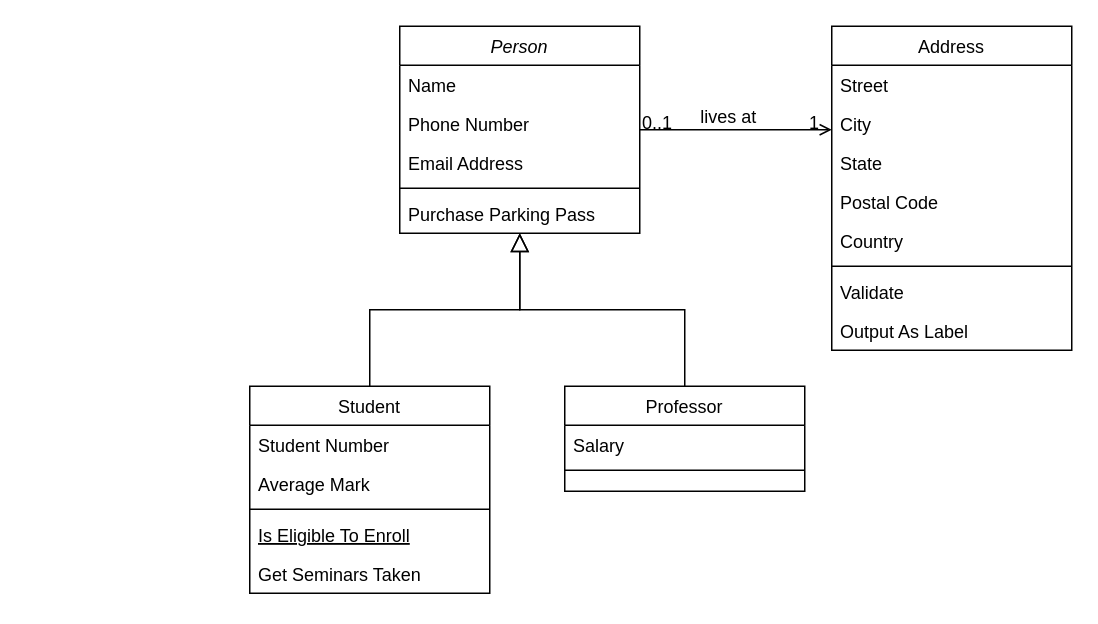
This is docs/class-diagram.drawio from deepracer-qxd/platform-backend, a draw.io file, before an edit. Source tidied: cells renumbered, new cells numbered last; positions are measured from the earlier drawing's top-left corner, leaving out a move shared by most shapes. Both pictures are drawn from the tidied source at 150%, with x=0, y=0 at pixel (249, 26).
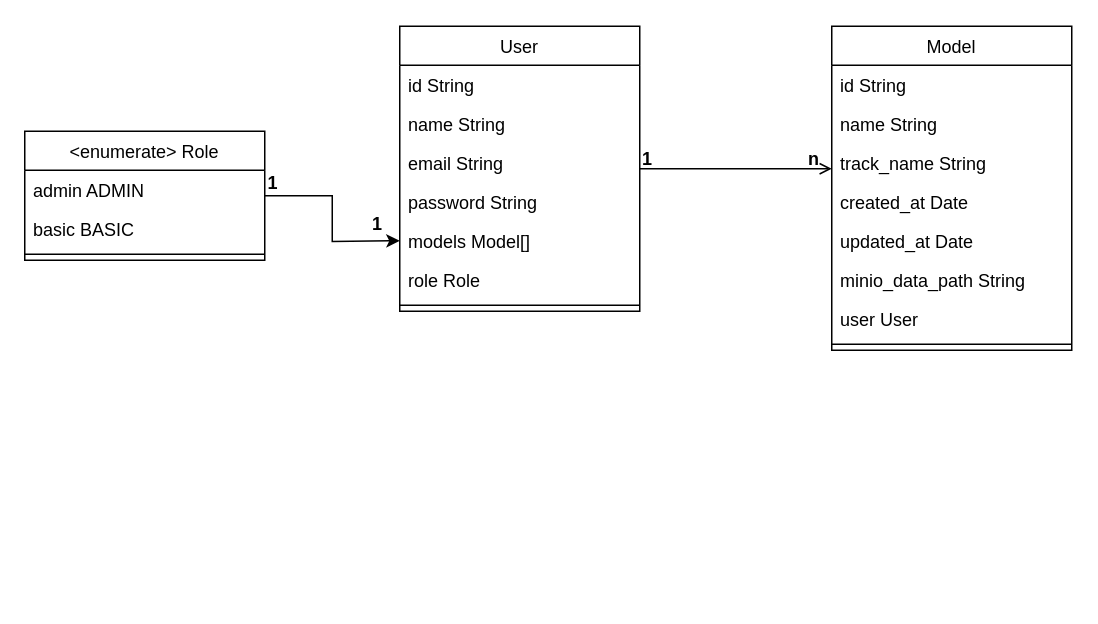
The same page after the edit.

The change refers to these unchanged cells:
```xml
<mxCell id="28" style="endArrow=open;shadow=0;strokeWidth=1;rounded=0;curved=0;endFill=1;edgeStyle=elbowEdgeStyle;elbow=vertical;" parent="1" edge="1" source="2" target="19">
  <mxGeometry x="0.5" y="41" relative="1" as="geometry">
    <mxPoint x="-40" y="32" as="offset" />
  </mxGeometry>
</mxCell>
```

Diff of the diagram source:
```diff
@@
-    <mxCell id="2" value="Person" style="swimlane;fontStyle=2;align=center;verticalAlign=top;horizontal=1;startSize=26;rounded=0;shadow=0;strokeWidth=1;" parent="1" vertex="1">
-      <mxGeometry x="100" width="160" height="138" as="geometry" />
+    <mxCell id="2" value="User" style="swimlane;fontStyle=0;align=center;verticalAlign=top;horizontal=1;startSize=26;rounded=0;shadow=0;strokeWidth=1;" parent="1" vertex="1">
+      <mxGeometry x="100" width="160" height="190" as="geometry" />
     </mxCell>
-    <mxCell id="3" value="Name" style="text;align=left;verticalAlign=top;spacingLeft=4;spacingRight=4;overflow=hidden;" parent="2" vertex="1">
+    <mxCell id="3" value="id String" style="text;align=left;verticalAlign=top;spacingLeft=4;spacingRight=4;overflow=hidden;" parent="2" vertex="1">
       <mxGeometry y="26" width="160" height="26" as="geometry" />
     </mxCell>
-    <mxCell id="4" value="Phone Number" style="text;align=left;verticalAlign=top;spacingLeft=4;spacingRight=4;overflow=hidden;rounded=0;shadow=0;html=0;" parent="2" vertex="1">
+    <mxCell id="4" value="name String" style="text;align=left;verticalAlign=top;spacingLeft=4;spacingRight=4;overflow=hidden;rounded=0;shadow=0;html=0;" parent="2" vertex="1">
       <mxGeometry y="52" width="160" height="26" as="geometry" />
     </mxCell>
-    <mxCell id="5" value="Email Address" style="text;align=left;verticalAlign=top;spacingLeft=4;spacingRight=4;overflow=hidden;rounded=0;shadow=0;html=0;" parent="2" vertex="1">
+    <mxCell id="5" value="email String" style="text;align=left;verticalAlign=top;spacingLeft=4;spacingRight=4;overflow=hidden;rounded=0;shadow=0;html=0;" parent="2" vertex="1">
       <mxGeometry y="78" width="160" height="26" as="geometry" />
     </mxCell>
+    <mxCell id="32" value="password String" style="text;align=left;verticalAlign=top;spacingLeft=4;spacingRight=4;overflow=hidden;rounded=0;shadow=0;html=0;" parent="2" vertex="1">
+      <mxGeometry y="104" width="160" height="26" as="geometry" />
+    </mxCell>
+    <mxCell id="33" value="models Model[]" style="text;align=left;verticalAlign=top;spacingLeft=4;spacingRight=4;overflow=hidden;rounded=0;shadow=0;html=0;" parent="2" vertex="1">
+      <mxGeometry y="130" width="160" height="26" as="geometry" />
+    </mxCell>
+    <mxCell id="34" value="role Role" style="text;align=left;verticalAlign=top;spacingLeft=4;spacingRight=4;overflow=hidden;rounded=0;shadow=0;html=0;" parent="2" vertex="1">
+      <mxGeometry y="156" width="160" height="26" as="geometry" />
+    </mxCell>
     <mxCell id="6" style="line;html=1;strokeWidth=1;align=left;verticalAlign=middle;spacingTop=-1;spacingLeft=3;spacingRight=3;labelPosition=right;" parent="2" vertex="1">
-      <mxGeometry y="104" width="160" height="8" as="geometry" />
+      <mxGeometry y="182" width="160" height="8" as="geometry" />
     </mxCell>
-    <mxCell id="7" value="Purchase Parking Pass" style="text;align=left;verticalAlign=top;spacingLeft=4;spacingRight=4;overflow=hidden;" parent="2" vertex="1">
-      <mxGeometry y="112" width="160" height="26" as="geometry" />
-    </mxCell>
-    <mxCell id="8" value="Student" style="swimlane;fontStyle=0;align=center;verticalAlign=top;horizontal=1;startSize=26;rounded=0;shadow=0;strokeWidth=1;" parent="1" vertex="1">
-      <mxGeometry y="240" width="160" height="138" as="geometry" />
-    </mxCell>
-    <mxCell id="9" value="Student Number" style="text;align=left;verticalAlign=top;spacingLeft=4;spacingRight=4;overflow=hidden;" parent="8" vertex="1">
-      <mxGeometry y="26" width="160" height="26" as="geometry" />
-    </mxCell>
-    <mxCell id="10" value="Average Mark" style="text;align=left;verticalAlign=top;spacingLeft=4;spacingRight=4;overflow=hidden;rounded=0;shadow=0;html=0;" parent="8" vertex="1">
-      <mxGeometry y="52" width="160" height="26" as="geometry" />
-    </mxCell>
-    <mxCell id="11" style="line;html=1;strokeWidth=1;align=left;verticalAlign=middle;spacingTop=-1;spacingLeft=3;spacingRight=3;labelPosition=right;" parent="8" vertex="1">
-      <mxGeometry y="78" width="160" height="8" as="geometry" />
-    </mxCell>
-    <mxCell id="12" value="Is Eligible To Enroll" style="text;align=left;verticalAlign=top;spacingLeft=4;spacingRight=4;overflow=hidden;fontStyle=4;" parent="8" vertex="1">
-      <mxGeometry y="86" width="160" height="26" as="geometry" />
-    </mxCell>
-    <mxCell id="13" value="Get Seminars Taken" style="text;align=left;verticalAlign=top;spacingLeft=4;spacingRight=4;overflow=hidden;" parent="8" vertex="1">
-      <mxGeometry y="112" width="160" height="26" as="geometry" />
-    </mxCell>
-    <mxCell id="14" style="endArrow=block;endSize=10;endFill=0;shadow=0;strokeWidth=1;rounded=0;curved=0;edgeStyle=elbowEdgeStyle;elbow=vertical;" parent="1" edge="1" source="8" target="2">
-      <mxGeometry relative="1" as="geometry" />
-    </mxCell>
-    <mxCell id="15" value="Professor" style="swimlane;fontStyle=0;align=center;verticalAlign=top;horizontal=1;startSize=26;rounded=0;shadow=0;strokeWidth=1;" parent="1" vertex="1">
-      <mxGeometry x="210" y="240" width="160" height="70" as="geometry" />
-    </mxCell>
-    <mxCell id="16" value="Salary" style="text;align=left;verticalAlign=top;spacingLeft=4;spacingRight=4;overflow=hidden;" parent="15" vertex="1">
-      <mxGeometry y="26" width="160" height="26" as="geometry" />
-    </mxCell>
-    <mxCell id="17" style="line;html=1;strokeWidth=1;align=left;verticalAlign=middle;spacingTop=-1;spacingLeft=3;spacingRight=3;labelPosition=right;" parent="15" vertex="1">
-      <mxGeometry y="52" width="160" height="8" as="geometry" />
-    </mxCell>
-    <mxCell id="18" style="endArrow=block;endSize=10;endFill=0;shadow=0;strokeWidth=1;rounded=0;curved=0;edgeStyle=elbowEdgeStyle;elbow=vertical;" parent="1" edge="1" source="15" target="2">
-      <mxGeometry relative="1" as="geometry" />
-    </mxCell>
-    <mxCell id="19" value="Address" style="swimlane;fontStyle=0;align=center;verticalAlign=top;horizontal=1;startSize=26;rounded=0;shadow=0;strokeWidth=1;" parent="1" vertex="1">
+    <mxCell id="19" value="Model" style="swimlane;fontStyle=0;align=center;verticalAlign=top;horizontal=1;startSize=26;rounded=0;shadow=0;strokeWidth=1;" parent="1" vertex="1">
       <mxGeometry x="388" width="160" height="216" as="geometry" />
     </mxCell>
-    <mxCell id="20" value="Street" style="text;align=left;verticalAlign=top;spacingLeft=4;spacingRight=4;overflow=hidden;" parent="19" vertex="1">
+    <mxCell id="20" value="id String" style="text;align=left;verticalAlign=top;spacingLeft=4;spacingRight=4;overflow=hidden;" parent="19" vertex="1">
       <mxGeometry y="26" width="160" height="26" as="geometry" />
     </mxCell>
-    <mxCell id="21" value="City" style="text;align=left;verticalAlign=top;spacingLeft=4;spacingRight=4;overflow=hidden;rounded=0;shadow=0;html=0;" parent="19" vertex="1">
+    <mxCell id="21" value="name String" style="text;align=left;verticalAlign=top;spacingLeft=4;spacingRight=4;overflow=hidden;rounded=0;shadow=0;html=0;" parent="19" vertex="1">
       <mxGeometry y="52" width="160" height="26" as="geometry" />
     </mxCell>
-    <mxCell id="22" value="State" style="text;align=left;verticalAlign=top;spacingLeft=4;spacingRight=4;overflow=hidden;rounded=0;shadow=0;html=0;" parent="19" vertex="1">
+    <mxCell id="22" value="track_name String" style="text;align=left;verticalAlign=top;spacingLeft=4;spacingRight=4;overflow=hidden;rounded=0;shadow=0;html=0;" parent="19" vertex="1">
       <mxGeometry y="78" width="160" height="26" as="geometry" />
     </mxCell>
-    <mxCell id="23" value="Postal Code" style="text;align=left;verticalAlign=top;spacingLeft=4;spacingRight=4;overflow=hidden;rounded=0;shadow=0;html=0;" parent="19" vertex="1">
+    <mxCell id="23" value="created_at Date" style="text;align=left;verticalAlign=top;spacingLeft=4;spacingRight=4;overflow=hidden;rounded=0;shadow=0;html=0;" parent="19" vertex="1">
       <mxGeometry y="104" width="160" height="26" as="geometry" />
     </mxCell>
-    <mxCell id="24" value="Country" style="text;align=left;verticalAlign=top;spacingLeft=4;spacingRight=4;overflow=hidden;rounded=0;shadow=0;html=0;" parent="19" vertex="1">
+    <mxCell id="24" value="updated_at Date" style="text;align=left;verticalAlign=top;spacingLeft=4;spacingRight=4;overflow=hidden;rounded=0;shadow=0;html=0;" parent="19" vertex="1">
       <mxGeometry y="130" width="160" height="26" as="geometry" />
     </mxCell>
+    <mxCell id="35" value="minio_data_path String" style="text;align=left;verticalAlign=top;spacingLeft=4;spacingRight=4;overflow=hidden;rounded=0;shadow=0;html=0;" parent="19" vertex="1">
+      <mxGeometry y="156" width="160" height="26" as="geometry" />
+    </mxCell>
+    <mxCell id="36" value="user User" style="text;align=left;verticalAlign=top;spacingLeft=4;spacingRight=4;overflow=hidden;rounded=0;shadow=0;html=0;" parent="19" vertex="1">
+      <mxGeometry y="182" width="160" height="26" as="geometry" />
+    </mxCell>
     <mxCell id="25" style="line;html=1;strokeWidth=1;align=left;verticalAlign=middle;spacingTop=-1;spacingLeft=3;spacingRight=3;labelPosition=right;" parent="19" vertex="1">
-      <mxGeometry y="156" width="160" height="8" as="geometry" />
+      <mxGeometry y="208" width="160" height="8" as="geometry" />
     </mxCell>
-    <mxCell id="26" value="Validate" style="text;align=left;verticalAlign=top;spacingLeft=4;spacingRight=4;overflow=hidden;" parent="19" vertex="1">
-      <mxGeometry y="164" width="160" height="26" as="geometry" />
-    </mxCell>
-    <mxCell id="27" value="Output As Label" style="text;align=left;verticalAlign=top;spacingLeft=4;spacingRight=4;overflow=hidden;" parent="19" vertex="1">
-      <mxGeometry y="190" width="160" height="26" as="geometry" />
-    </mxCell>
@@
-    <mxCell id="29" value="0..1" style="align=left;verticalAlign=bottom;labelBackgroundColor=none;fontSize=12;" parent="28" vertex="1">
+    <mxCell id="29" value="1" style="align=left;verticalAlign=bottom;labelBackgroundColor=none;fontSize=12;fontStyle=1;" parent="28" vertex="1">
       <mxGeometry x="-1" relative="1" as="geometry">
-        <mxPoint y="4" as="offset" />
+        <mxPoint y="2" as="offset" />
       </mxGeometry>
     </mxCell>
-    <mxCell id="30" value="1" style="align=right;verticalAlign=bottom;labelBackgroundColor=none;fontSize=12;" parent="28" vertex="1">
+    <mxCell id="30" value="n" style="align=right;verticalAlign=bottom;labelBackgroundColor=none;fontSize=12;fontStyle=1;" parent="28" vertex="1">
       <mxGeometry x="1" relative="1" as="geometry">
-        <mxPoint x="-7" y="4" as="offset" />
+        <mxPoint x="-7" y="2" as="offset" />
       </mxGeometry>
     </mxCell>
-    <mxCell id="31" value="lives at" style="text;html=1;align=center;verticalAlign=middle;labelBackgroundColor=none;rounded=0;shadow=0;strokeWidth=1;fontSize=12;" parent="28" vertex="1">
-      <mxGeometry x="0.5" y="49" relative="1" as="geometry">
-        <mxPoint x="-38" y="40" as="offset" />
-      </mxGeometry>
-    </mxCell>
+    <mxCell id="37" style="edgeStyle=orthogonalEdgeStyle;rounded=0;jettySize=auto;html=1;" parent="1" edge="1" source="38">
+      <mxGeometry relative="1" as="geometry">
+        <mxPoint x="100" y="143" as="targetPoint" />
+      </mxGeometry>
+    </mxCell>
+    <mxCell id="38" value="&lt;enumerate&gt; Role&#10;" style="swimlane;fontStyle=0;align=center;verticalAlign=top;horizontal=1;startSize=26;rounded=0;shadow=0;strokeWidth=1;labelBackgroundColor=none;" parent="1" vertex="1">
+      <mxGeometry x="-150" y="70" width="160" height="86" as="geometry" />
+    </mxCell>
+    <mxCell id="39" value="admin ADMIN" style="text;align=left;verticalAlign=top;spacingLeft=4;spacingRight=4;overflow=hidden;" parent="38" vertex="1">
+      <mxGeometry y="26" width="160" height="26" as="geometry" />
+    </mxCell>
+    <mxCell id="40" value="basic BASIC" style="text;align=left;verticalAlign=top;spacingLeft=4;spacingRight=4;overflow=hidden;rounded=0;shadow=0;html=0;" parent="38" vertex="1">
+      <mxGeometry y="52" width="160" height="26" as="geometry" />
+    </mxCell>
+    <mxCell id="11" style="line;html=1;strokeWidth=1;align=left;verticalAlign=middle;spacingTop=-1;spacingLeft=3;spacingRight=3;labelPosition=right;" parent="38" vertex="1">
+      <mxGeometry y="78" width="160" height="8" as="geometry" />
+    </mxCell>
+    <mxCell id="41" value="1" style="align=left;verticalAlign=bottom;labelBackgroundColor=none;fontSize=12;fontStyle=1;" parent="1" vertex="1">
+      <mxGeometry x="80" y="140" as="geometry" />
+    </mxCell>
+    <mxCell id="42" value="1" style="align=right;verticalAlign=bottom;labelBackgroundColor=none;fontSize=12;fontStyle=1;" parent="1" vertex="1">
+      <mxGeometry x="20" y="113" as="geometry" />
+    </mxCell>
```
